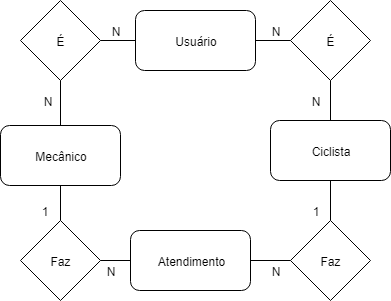
The draw.io diagram Figuras/ModelagemER.png in danielroncaglia/FixBi, before a commit. Source tidied: cells renumbered, new cells last; positions are measured from the earlier drawing's top-left corner, leaving out a move shared by most shapes. Source of this version:
```xml
<mxGraphModel>
  <root>
    <mxCell id="0" />
    <mxCell id="1" parent="0" />
    <mxCell id="2" value="Mecânico" style="rounded=1;whiteSpace=wrap;html=1;" parent="1" vertex="1">
      <mxGeometry y="125" width="120" height="60" as="geometry" />
    </mxCell>
    <mxCell id="3" value="Ciclista" style="rounded=1;whiteSpace=wrap;html=1;" parent="1" vertex="1">
      <mxGeometry x="270" y="120" width="120" height="60" as="geometry" />
    </mxCell>
    <mxCell id="4" value="Atendimento" style="rounded=1;whiteSpace=wrap;html=1;" parent="1" vertex="1">
      <mxGeometry x="130" y="230" width="120" height="60" as="geometry" />
    </mxCell>
    <mxCell id="5" value="Usuário" style="rounded=1;whiteSpace=wrap;html=1;" parent="1" vertex="1">
      <mxGeometry x="135" y="10" width="120" height="60" as="geometry" />
    </mxCell>
    <mxCell id="6" value="Faz" style="rhombus;whiteSpace=wrap;html=1;" parent="1" vertex="1">
      <mxGeometry x="20" y="220" width="80" height="80" as="geometry" />
    </mxCell>
    <mxCell id="7" value="Faz" style="rhombus;whiteSpace=wrap;html=1;" parent="1" vertex="1">
      <mxGeometry x="290" y="220" width="80" height="80" as="geometry" />
    </mxCell>
    <mxCell id="8" value="É" style="rhombus;whiteSpace=wrap;html=1;" parent="1" vertex="1">
      <mxGeometry x="290" width="80" height="80" as="geometry" />
    </mxCell>
    <mxCell id="9" value="É" style="rhombus;whiteSpace=wrap;html=1;" parent="1" vertex="1">
      <mxGeometry x="20" width="80" height="80" as="geometry" />
    </mxCell>
    <mxCell id="10" style="endArrow=none;html=1;entryX=0.5;entryY=1;entryDx=0;entryDy=0;exitX=0.5;exitY=0;exitDx=0;exitDy=0;" parent="1" edge="1" source="6" target="2">
      <mxGeometry relative="1" as="geometry" />
    </mxCell>
    <mxCell id="11" style="endArrow=none;html=1;entryX=0.5;entryY=1;entryDx=0;entryDy=0;exitX=0.5;exitY=0;exitDx=0;exitDy=0;" parent="1" edge="1" source="2" target="9">
      <mxGeometry relative="1" as="geometry" />
    </mxCell>
    <mxCell id="12" style="endArrow=none;html=1;entryX=0;entryY=0.5;entryDx=0;entryDy=0;exitX=1;exitY=0.5;exitDx=0;exitDy=0;" parent="1" edge="1" source="4" target="7">
      <mxGeometry relative="1" as="geometry" />
    </mxCell>
    <mxCell id="13" style="endArrow=none;html=1;entryX=1;entryY=0.5;entryDx=0;entryDy=0;exitX=0;exitY=0.5;exitDx=0;exitDy=0;" parent="1" edge="1" source="4" target="6">
      <mxGeometry relative="1" as="geometry" />
    </mxCell>
    <mxCell id="14" style="endArrow=none;html=1;entryX=0.5;entryY=1;entryDx=0;entryDy=0;exitX=0.5;exitY=0;exitDx=0;exitDy=0;" parent="1" edge="1" source="7" target="3">
      <mxGeometry relative="1" as="geometry" />
    </mxCell>
    <mxCell id="15" style="endArrow=none;html=1;entryX=0.5;entryY=1;entryDx=0;entryDy=0;" parent="1" edge="1" target="8">
      <mxGeometry relative="1" as="geometry">
        <mxPoint x="330" y="120" as="sourcePoint" />
      </mxGeometry>
    </mxCell>
    <mxCell id="16" style="endArrow=none;html=1;entryX=1;entryY=0.5;entryDx=0;entryDy=0;exitX=0;exitY=0.5;exitDx=0;exitDy=0;" parent="1" edge="1" source="5" target="9">
      <mxGeometry relative="1" as="geometry" />
    </mxCell>
    <mxCell id="17" style="endArrow=none;html=1;entryX=1;entryY=0.5;entryDx=0;entryDy=0;" parent="1" edge="1" source="8" target="5">
      <mxGeometry relative="1" as="geometry" />
    </mxCell>
    <mxCell id="18" value="N" style="text;html=1;strokeColor=none;fillColor=none;align=center;verticalAlign=middle;whiteSpace=wrap;rounded=0;" parent="1" vertex="1">
      <mxGeometry x="27" y="90" width="40" height="20" as="geometry" />
    </mxCell>
    <mxCell id="19" value="N" style="text;html=1;strokeColor=none;fillColor=none;align=center;verticalAlign=middle;whiteSpace=wrap;rounded=0;" parent="1" vertex="1">
      <mxGeometry x="95" y="20" width="40" height="20" as="geometry" />
    </mxCell>
    <mxCell id="20" value="N" style="text;html=1;strokeColor=none;fillColor=none;align=center;verticalAlign=middle;whiteSpace=wrap;rounded=0;" parent="1" vertex="1">
      <mxGeometry x="255" y="20" width="40" height="20" as="geometry" />
    </mxCell>
    <mxCell id="21" value="N" style="text;html=1;strokeColor=none;fillColor=none;align=center;verticalAlign=middle;whiteSpace=wrap;rounded=0;" parent="1" vertex="1">
      <mxGeometry x="295" y="85" width="40" height="30" as="geometry" />
    </mxCell>
    <mxCell id="22" value="1" style="text;html=1;strokeColor=none;fillColor=none;align=center;verticalAlign=middle;whiteSpace=wrap;rounded=0;" parent="1" vertex="1">
      <mxGeometry x="24" y="200" width="40" height="20" as="geometry" />
    </mxCell>
    <mxCell id="23" value="N" style="text;html=1;strokeColor=none;fillColor=none;align=center;verticalAlign=middle;whiteSpace=wrap;rounded=0;" parent="1" vertex="1">
      <mxGeometry x="90" y="260" width="40" height="20" as="geometry" />
    </mxCell>
    <mxCell id="24" value="N" style="text;html=1;strokeColor=none;fillColor=none;align=center;verticalAlign=middle;whiteSpace=wrap;rounded=0;" parent="1" vertex="1">
      <mxGeometry x="255" y="260" width="40" height="20" as="geometry" />
    </mxCell>
    <mxCell id="25" value="1" style="text;html=1;strokeColor=none;fillColor=none;align=center;verticalAlign=middle;whiteSpace=wrap;rounded=0;" parent="1" vertex="1">
      <mxGeometry x="295" y="200" width="40" height="20" as="geometry" />
    </mxCell>
  </root>
</mxGraphModel>
```
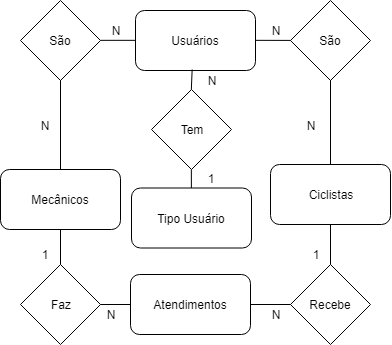
Later version of the same file.

Change to the diagram source:
```diff
@@ -2,29 +2,29 @@
   <root>
     <mxCell id="0" />
     <mxCell id="1" parent="0" />
-    <mxCell id="2" value="Mecânico" style="rounded=1;whiteSpace=wrap;html=1;" parent="1" vertex="1">
+    <mxCell id="2" value="Mecânicos" style="rounded=1;whiteSpace=wrap;html=1;" parent="1" vertex="1">
       <mxGeometry y="125" width="120" height="60" as="geometry" />
     </mxCell>
-    <mxCell id="3" value="Ciclista" style="rounded=1;whiteSpace=wrap;html=1;" parent="1" vertex="1">
+    <mxCell id="3" value="Ciclistas" style="rounded=1;whiteSpace=wrap;html=1;" parent="1" vertex="1">
       <mxGeometry x="270" y="120" width="120" height="60" as="geometry" />
     </mxCell>
-    <mxCell id="4" value="Atendimento" style="rounded=1;whiteSpace=wrap;html=1;" parent="1" vertex="1">
+    <mxCell id="4" value="Atendimentos" style="rounded=1;whiteSpace=wrap;html=1;" parent="1" vertex="1">
       <mxGeometry x="130" y="230" width="120" height="60" as="geometry" />
     </mxCell>
-    <mxCell id="5" value="Usuário" style="rounded=1;whiteSpace=wrap;html=1;" parent="1" vertex="1">
-      <mxGeometry x="135" y="10" width="120" height="60" as="geometry" />
+    <mxCell id="5" value="Usuários" style="rounded=1;whiteSpace=wrap;html=1;" parent="1" vertex="1">
+      <mxGeometry x="135" y="-34" width="120" height="60" as="geometry" />
     </mxCell>
     <mxCell id="6" value="Faz" style="rhombus;whiteSpace=wrap;html=1;" parent="1" vertex="1">
       <mxGeometry x="20" y="220" width="80" height="80" as="geometry" />
     </mxCell>
-    <mxCell id="7" value="Faz" style="rhombus;whiteSpace=wrap;html=1;" parent="1" vertex="1">
+    <mxCell id="7" value="Recebe" style="rhombus;whiteSpace=wrap;html=1;" parent="1" vertex="1">
       <mxGeometry x="290" y="220" width="80" height="80" as="geometry" />
     </mxCell>
-    <mxCell id="8" value="É" style="rhombus;whiteSpace=wrap;html=1;" parent="1" vertex="1">
-      <mxGeometry x="290" width="80" height="80" as="geometry" />
+    <mxCell id="8" value="São" style="rhombus;whiteSpace=wrap;html=1;" parent="1" vertex="1">
+      <mxGeometry x="290" y="-44" width="80" height="80" as="geometry" />
     </mxCell>
-    <mxCell id="9" value="É" style="rhombus;whiteSpace=wrap;html=1;" parent="1" vertex="1">
-      <mxGeometry x="20" width="80" height="80" as="geometry" />
+    <mxCell id="9" value="São" style="rhombus;whiteSpace=wrap;html=1;" parent="1" vertex="1">
+      <mxGeometry x="20" y="-44" width="80" height="80" as="geometry" />
     </mxCell>
     <mxCell id="10" style="endArrow=none;html=1;entryX=0.5;entryY=1;entryDx=0;entryDy=0;exitX=0.5;exitY=0;exitDx=0;exitDy=0;" parent="1" edge="1" source="6" target="2">
       <mxGeometry relative="1" as="geometry" />
@@ -41,10 +41,8 @@
     <mxCell id="14" style="endArrow=none;html=1;entryX=0.5;entryY=1;entryDx=0;entryDy=0;exitX=0.5;exitY=0;exitDx=0;exitDy=0;" parent="1" edge="1" source="7" target="3">
       <mxGeometry relative="1" as="geometry" />
     </mxCell>
-    <mxCell id="15" style="endArrow=none;html=1;entryX=0.5;entryY=1;entryDx=0;entryDy=0;" parent="1" edge="1" target="8">
-      <mxGeometry relative="1" as="geometry">
-        <mxPoint x="330" y="120" as="sourcePoint" />
-      </mxGeometry>
+    <mxCell id="15" style="endArrow=none;html=1;entryX=0.5;entryY=1;entryDx=0;entryDy=0;exitX=0.5;exitY=0;exitDx=0;exitDy=0;" parent="1" edge="1" source="3" target="8">
+      <mxGeometry relative="1" as="geometry" />
     </mxCell>
     <mxCell id="16" style="endArrow=none;html=1;entryX=1;entryY=0.5;entryDx=0;entryDy=0;exitX=0;exitY=0.5;exitDx=0;exitDy=0;" parent="1" edge="1" source="5" target="9">
       <mxGeometry relative="1" as="geometry" />
@@ -53,16 +51,16 @@
       <mxGeometry relative="1" as="geometry" />
     </mxCell>
     <mxCell id="18" value="N" style="text;html=1;strokeColor=none;fillColor=none;align=center;verticalAlign=middle;whiteSpace=wrap;rounded=0;" parent="1" vertex="1">
-      <mxGeometry x="27" y="90" width="40" height="20" as="geometry" />
+      <mxGeometry x="24" y="70.5" width="40" height="20" as="geometry" />
     </mxCell>
     <mxCell id="19" value="N" style="text;html=1;strokeColor=none;fillColor=none;align=center;verticalAlign=middle;whiteSpace=wrap;rounded=0;" parent="1" vertex="1">
-      <mxGeometry x="95" y="20" width="40" height="20" as="geometry" />
+      <mxGeometry x="95" y="-24" width="40" height="20" as="geometry" />
     </mxCell>
     <mxCell id="20" value="N" style="text;html=1;strokeColor=none;fillColor=none;align=center;verticalAlign=middle;whiteSpace=wrap;rounded=0;" parent="1" vertex="1">
-      <mxGeometry x="255" y="20" width="40" height="20" as="geometry" />
+      <mxGeometry x="255" y="-24" width="40" height="20" as="geometry" />
     </mxCell>
     <mxCell id="21" value="N" style="text;html=1;strokeColor=none;fillColor=none;align=center;verticalAlign=middle;whiteSpace=wrap;rounded=0;" parent="1" vertex="1">
-      <mxGeometry x="295" y="85" width="40" height="30" as="geometry" />
+      <mxGeometry x="290" y="66" width="40" height="30" as="geometry" />
     </mxCell>
     <mxCell id="22" value="1" style="text;html=1;strokeColor=none;fillColor=none;align=center;verticalAlign=middle;whiteSpace=wrap;rounded=0;" parent="1" vertex="1">
       <mxGeometry x="24" y="200" width="40" height="20" as="geometry" />
@@ -76,5 +74,23 @@
     <mxCell id="25" value="1" style="text;html=1;strokeColor=none;fillColor=none;align=center;verticalAlign=middle;whiteSpace=wrap;rounded=0;" parent="1" vertex="1">
       <mxGeometry x="295" y="200" width="40" height="20" as="geometry" />
     </mxCell>
+    <mxCell id="26" value="Tipo Usuário" style="rounded=1;whiteSpace=wrap;html=1;" parent="1" vertex="1">
+      <mxGeometry x="131" y="143.5" width="120" height="60" as="geometry" />
+    </mxCell>
+    <mxCell id="27" value="Tem" style="rhombus;whiteSpace=wrap;html=1;" parent="1" vertex="1">
+      <mxGeometry x="151" y="45" width="80" height="80" as="geometry" />
+    </mxCell>
+    <mxCell id="28" style="endArrow=none;html=1;exitX=0.5;exitY=0;exitDx=0;exitDy=0;entryX=0.472;entryY=0.99;entryDx=0;entryDy=0;entryPerimeter=0;" parent="1" edge="1" source="27" target="5">
+      <mxGeometry relative="1" as="geometry" />
+    </mxCell>
+    <mxCell id="29" style="endArrow=none;html=1;entryX=0.5;entryY=1;entryDx=0;entryDy=0;" parent="1" edge="1" source="26" target="27">
+      <mxGeometry relative="1" as="geometry" />
+    </mxCell>
+    <mxCell id="30" value="1" style="text;html=1;strokeColor=none;fillColor=none;align=center;verticalAlign=middle;whiteSpace=wrap;rounded=0;" parent="1" vertex="1">
+      <mxGeometry x="190" y="123.5" width="40" height="20" as="geometry" />
+    </mxCell>
+    <mxCell id="31" value="N" style="text;html=1;strokeColor=none;fillColor=none;align=center;verticalAlign=middle;whiteSpace=wrap;rounded=0;" parent="1" vertex="1">
+      <mxGeometry x="191" y="26" width="40" height="20" as="geometry" />
+    </mxCell>
   </root>
 </mxGraphModel>
```
